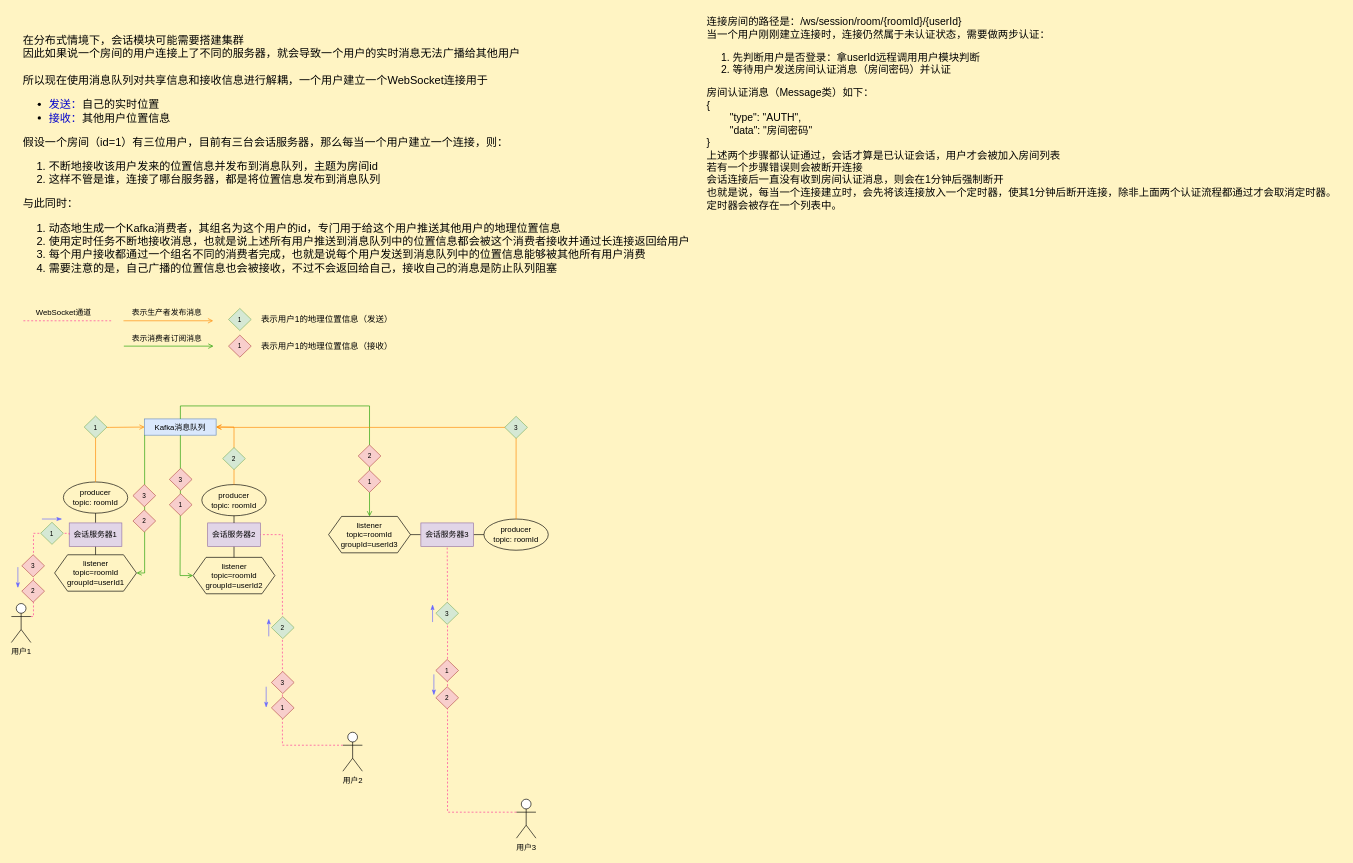
Before: page "分布式会话解决方案" (4 of 4) of doc/图/findMe-UML.dio in swsk33/find-me-cloud, a draw.io diagram. Source tidied: cells renumbered, new cells numbered last; positions are measured from the earlier drawing's top-left corner, leaving out a move shared by most shapes. Both pictures are drawn from the tidied source at 65%, with x=0, y=0 at pixel (11, 11).
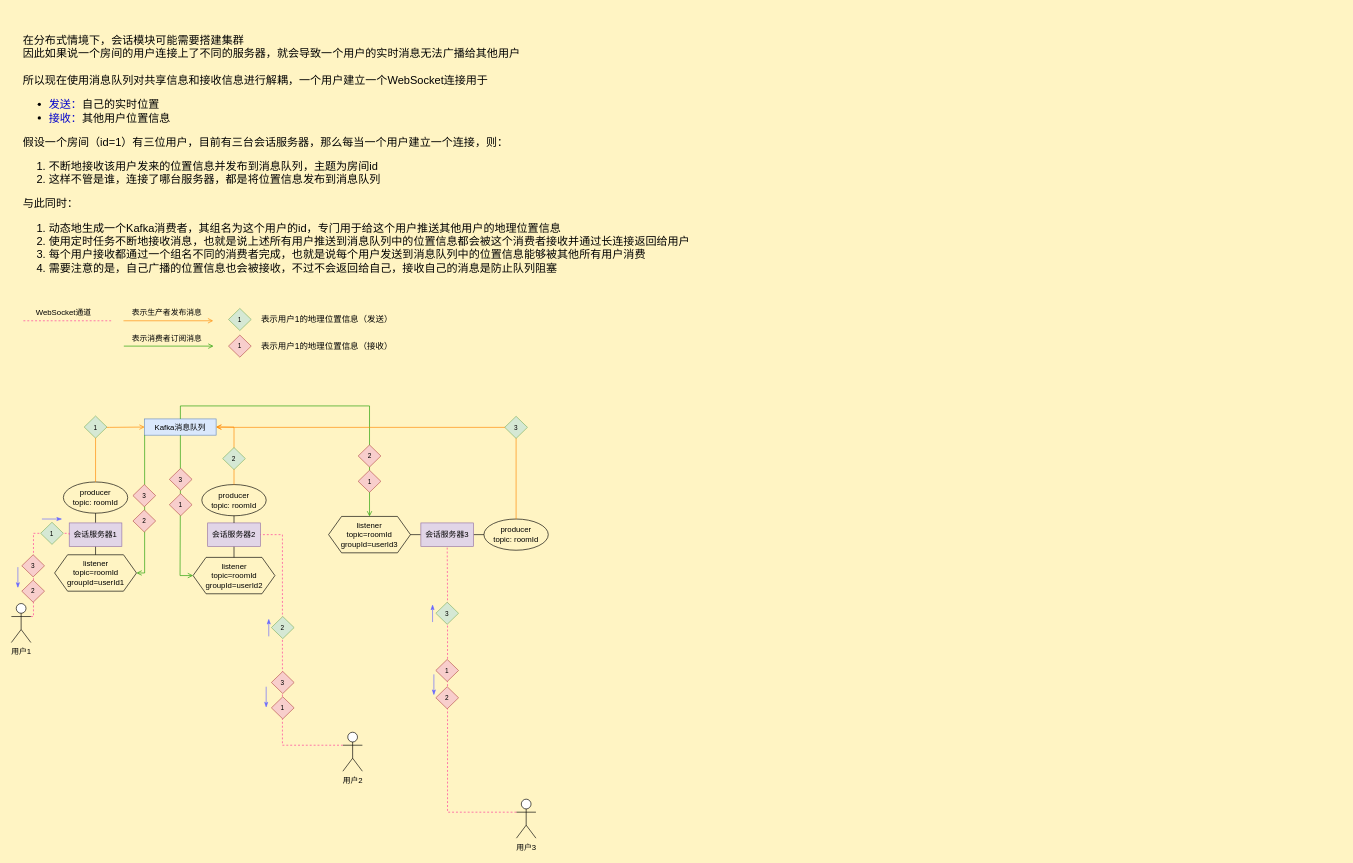
The same page after the edit.

Change to the diagram source:
```diff
@@
-    <mxCell id="65" value="&lt;div style=&quot;text-align: left;&quot;&gt;&lt;span style=&quot;background-color: initial;&quot;&gt;连接房间的路径是：/ws/session/room/{roomId}/{userId}&lt;/span&gt;&lt;/div&gt;&lt;div style=&quot;text-align: left;&quot;&gt;&lt;span style=&quot;background-color: initial;&quot;&gt;当一个用户刚刚建立连接时，连接仍然属于未认证状态，需要做两步认证：&lt;/span&gt;&lt;/div&gt;&lt;div style=&quot;text-align: left;&quot;&gt;&lt;ol&gt;&lt;li&gt;&lt;span style=&quot;background-color: initial;&quot;&gt;先判断用户是否登录：拿userId远程调用用户模块判断&lt;/span&gt;&lt;/li&gt;&lt;li&gt;&lt;span style=&quot;background-color: initial;&quot;&gt;等待用户发送房间认证消息（房间密码）并认证&lt;/span&gt;&lt;/li&gt;&lt;/ol&gt;&lt;/div&gt;&lt;div style=&quot;text-align: left;&quot;&gt;&lt;span style=&quot;background-color: initial;&quot;&gt;房间认证消息（Message类）如下：&lt;/span&gt;&lt;br&gt;&lt;/div&gt;&lt;div style=&quot;text-align: left;&quot;&gt;&lt;span style=&quot;background-color: initial;&quot;&gt;{&lt;/span&gt;&lt;/div&gt;&lt;div style=&quot;text-align: left;&quot;&gt;&lt;span style=&quot;background-color: initial;&quot;&gt;&lt;span style=&quot;white-space: pre;&quot;&gt;&#9;&lt;/span&gt;&quot;type&quot;: &quot;AUTH&quot;,&lt;br&gt;&lt;/span&gt;&lt;/div&gt;&lt;div style=&quot;text-align: left;&quot;&gt;&lt;span style=&quot;background-color: initial;&quot;&gt;&lt;span style=&quot;white-space: pre;&quot;&gt;&#9;&lt;/span&gt;&quot;data&quot;: &quot;房间密码&quot;&lt;br&gt;&lt;/span&gt;&lt;/div&gt;&lt;div style=&quot;text-align: left;&quot;&gt;&lt;span style=&quot;background-color: initial;&quot;&gt;}&lt;/span&gt;&lt;/div&gt;&lt;div style=&quot;text-align: left;&quot;&gt;上述两个步骤都认证通过，会话才算是已认证会话，用户才会被加入房间列表&lt;/div&gt;&lt;div style=&quot;text-align: left;&quot;&gt;若有一个步骤错误则会被断开连接&lt;/div&gt;&lt;div style=&quot;text-align: left;&quot;&gt;会话连接后一直没有收到房间认证消息，则会在1分钟后强制断开&lt;/div&gt;&lt;div style=&quot;text-align: left;&quot;&gt;也就是说，每当一个连接建立时，会先将该连接放入一个定时器，使其1分钟后断开连接，除非上面两个认证流程都通过才会取消定时器。&lt;/div&gt;&lt;div style=&quot;text-align: left;&quot;&gt;定时器会被存在一个列表中。&lt;/div&gt;" style="text;html=1;align=center;verticalAlign=middle;strokeColor=none;fillColor=none;fontSize=16;" parent="1" vertex="1">
-      <mxGeometry x="1060" width="987" height="313" as="geometry" />
-    </mxCell>
```
